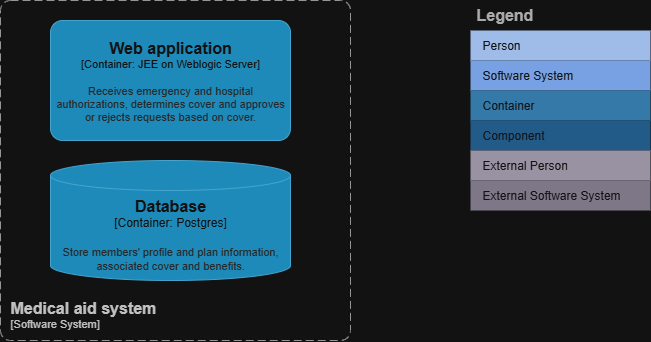
Above: jakarta-ee-application/docs/hospital_auth_container.drawio.png in anikavrvo/jee-learning (draw.io), before the change. Source tidied: cells renumbered, new cells last; positions are measured from the earlier drawing's top-left corner, leaving out a move shared by most shapes. The source it was exported from:
```xml
<mxGraphModel>
  <root>
    <mxCell id="0" />
    <mxCell id="1" parent="0" />
    <object id="2" label="&lt;font style=&quot;font-size: 16px&quot;&gt;&lt;b&gt;&lt;div style=&quot;text-align: left&quot;&gt;%c4Name%&lt;/div&gt;&lt;/b&gt;&lt;/font&gt;&lt;div style=&quot;text-align: left&quot;&gt;[%c4Application%]&lt;/div&gt;" c4Application="Software System" c4Name="Medical aid system" c4Type="SystemScopeBoundary" placeholders="1">
      <mxCell style="rounded=1;fontSize=11;whiteSpace=wrap;html=1;dashed=1;arcSize=20;fillColor=none;strokeColor=#666666;fontColor=#333333;labelBackgroundColor=none;align=left;verticalAlign=bottom;labelBorderColor=none;spacingTop=0;spacing=10;dashPattern=8 4;perimeter=rectanglePerimeter;noLabel=0;labelPadding=0;absoluteArcSize=1;" parent="1" vertex="1">
        <mxGeometry width="350" height="340" as="geometry" />
      </mxCell>
    </object>
    <object id="3" label="&lt;font style=&quot;font-size: 16px&quot;&gt;&lt;b&gt;%c4Name%&lt;/b&gt;&lt;/font&gt;&lt;div&gt;[%c4Type%: %c4Technology%]&lt;/div&gt;&lt;br&gt;&lt;div&gt;&lt;font style=&quot;font-size: 11px&quot;&gt;&lt;font color=&quot;#E6E6E6&quot;&gt;%c4Description%&lt;/font&gt;&lt;/div&gt;" c4Description="Receives emergency and hospital authorizations, determines cover and approves or rejects requests based on cover." c4Name="Web application" c4Technology="JEE on Weblogic Server" c4Type="Container" placeholders="1">
      <mxCell style="rounded=1;whiteSpace=wrap;html=1;fontSize=11;labelBackgroundColor=none;fillColor=#23A2D9;fontColor=#ffffff;align=center;arcSize=10;strokeColor=#0E7DAD;points=[[0.25,0,0],[0.5,0,0],[0.75,0,0],[1,0.25,0],[1,0.5,0],[1,0.75,0],[0.75,1,0],[0.5,1,0],[0.25,1,0],[0,0.75,0],[0,0.5,0],[0,0.25,0]];" parent="1" vertex="1">
        <mxGeometry x="50" y="20" width="240" height="120" as="geometry" />
      </mxCell>
    </object>
    <mxCell id="4" value="Legend" style="shape=table;startSize=30;fontSize=16;align=left;verticalAlign=top;fillColor=none;strokeColor=none;fontColor=#4D4D4D;fontStyle=1;spacingLeft=6;spacing=0;" parent="1" vertex="1">
      <mxGeometry x="470" width="180" height="210" as="geometry" />
    </mxCell>
    <mxCell id="5" style="shape=tableRow;horizontal=0;startSize=0;swimlaneHead=0;swimlaneBody=0;strokeColor=inherit;top=0;left=0;bottom=0;right=0;fillColor=none;points=[[0,0.5],[1,0.5]];portConstraint=eastwest;fontSize=12;" parent="4" vertex="1">
      <mxGeometry y="30" width="180" height="30" as="geometry" />
    </mxCell>
    <mxCell id="6" value="Person" style="shape=partialRectangle;html=1;whiteSpace=wrap;strokeColor=inherit;overflow=hidden;fillColor=#1E4074;top=0;left=0;bottom=0;right=0;fontSize=12;align=left;fontColor=#FFFFFF;gradientColor=none;spacingLeft=10;spacingRight=4;" parent="5" vertex="1">
      <mxGeometry width="180" height="30" as="geometry" />
    </mxCell>
    <mxCell id="7" style="shape=tableRow;horizontal=0;startSize=0;swimlaneHead=0;swimlaneBody=0;strokeColor=inherit;top=0;left=0;bottom=0;right=0;fillColor=none;points=[[0,0.5],[1,0.5]];portConstraint=eastwest;fontSize=12;" parent="4" vertex="1">
      <mxGeometry y="60" width="180" height="30" as="geometry" />
    </mxCell>
    <mxCell id="8" value="Software System" style="shape=partialRectangle;html=1;whiteSpace=wrap;strokeColor=inherit;overflow=hidden;fillColor=#3162AF;top=0;left=0;bottom=0;right=0;fontSize=12;align=left;fontColor=#FFFFFF;gradientColor=none;spacingLeft=10;spacingRight=4;" parent="7" vertex="1">
      <mxGeometry width="180" height="30" as="geometry" />
    </mxCell>
    <mxCell id="9" style="shape=tableRow;horizontal=0;startSize=0;swimlaneHead=0;swimlaneBody=0;strokeColor=inherit;top=0;left=0;bottom=0;right=0;fillColor=none;fontSize=12;" parent="4" vertex="1">
      <mxGeometry y="90" width="180" height="30" as="geometry" />
    </mxCell>
    <mxCell id="10" value="Container" style="shape=partialRectangle;html=1;whiteSpace=wrap;strokeColor=inherit;overflow=hidden;fillColor=#52a2d8;top=0;left=0;bottom=0;right=0;fontSize=12;align=left;fontColor=#FFFFFF;gradientColor=none;spacingLeft=10;spacingRight=4;" parent="9" vertex="1">
      <mxGeometry width="180" height="30" as="geometry" />
    </mxCell>
    <mxCell id="11" style="shape=tableRow;horizontal=0;startSize=0;swimlaneHead=0;swimlaneBody=0;strokeColor=inherit;top=0;left=0;bottom=0;right=0;fillColor=none;fontSize=12;" parent="4" vertex="1">
      <mxGeometry y="120" width="180" height="30" as="geometry" />
    </mxCell>
    <mxCell id="12" value="Component" style="shape=partialRectangle;html=1;whiteSpace=wrap;strokeColor=inherit;overflow=hidden;fillColor=#7dbef2;top=0;left=0;bottom=0;right=0;fontSize=12;align=left;fontColor=#FFFFFF;gradientColor=none;spacingLeft=10;spacingRight=4;" parent="11" vertex="1">
      <mxGeometry width="180" height="30" as="geometry" />
    </mxCell>
    <mxCell id="13" style="shape=tableRow;horizontal=0;startSize=0;swimlaneHead=0;swimlaneBody=0;strokeColor=inherit;top=0;left=0;bottom=0;right=0;fillColor=none;fontSize=12;" parent="4" vertex="1">
      <mxGeometry y="150" width="180" height="30" as="geometry" />
    </mxCell>
    <mxCell id="14" value="External Person" style="shape=partialRectangle;html=1;whiteSpace=wrap;strokeColor=inherit;overflow=hidden;fillColor=#6b6477;top=0;left=0;bottom=0;right=0;fontSize=12;align=left;fontColor=#FFFFFF;gradientColor=none;spacingLeft=10;spacingRight=4;" parent="13" vertex="1">
      <mxGeometry width="180" height="30" as="geometry" />
    </mxCell>
    <mxCell id="15" style="shape=tableRow;horizontal=0;startSize=0;swimlaneHead=0;swimlaneBody=0;strokeColor=inherit;top=0;left=0;bottom=0;right=0;fillColor=none;fontSize=12;" parent="4" vertex="1">
      <mxGeometry y="180" width="180" height="30" as="geometry" />
    </mxCell>
    <mxCell id="16" value="External Software System" style="shape=partialRectangle;html=1;whiteSpace=wrap;strokeColor=inherit;overflow=hidden;fillColor=#8b8496;top=0;left=0;bottom=0;right=0;fontSize=12;align=left;fontColor=#FFFFFF;gradientColor=none;spacingLeft=10;spacingRight=4;" parent="15" vertex="1">
      <mxGeometry width="180" height="30" as="geometry" />
    </mxCell>
    <object id="17" label="&lt;font style=&quot;font-size: 16px&quot;&gt;&lt;b&gt;%c4Name%&lt;/b&gt;&lt;/font&gt;&lt;div&gt;[%c4Type%:&amp;nbsp;%c4Technology%]&lt;/div&gt;&lt;br&gt;&lt;div&gt;&lt;font style=&quot;font-size: 11px&quot;&gt;&lt;font color=&quot;#E6E6E6&quot;&gt;%c4Description%&lt;/font&gt;&lt;/div&gt;" c4Description="Store members' profile and plan information, associated cover and benefits." c4Name="Database" c4Technology="Postgres" c4Type="Container" placeholders="1">
      <mxCell style="shape=cylinder3;size=15;whiteSpace=wrap;html=1;boundedLbl=1;rounded=0;labelBackgroundColor=none;fillColor=#23A2D9;fontSize=12;fontColor=#ffffff;align=center;strokeColor=#0E7DAD;" parent="1" vertex="1">
        <mxGeometry x="50" y="160" width="240" height="120" as="geometry" />
      </mxCell>
    </object>
  </root>
</mxGraphModel>
```
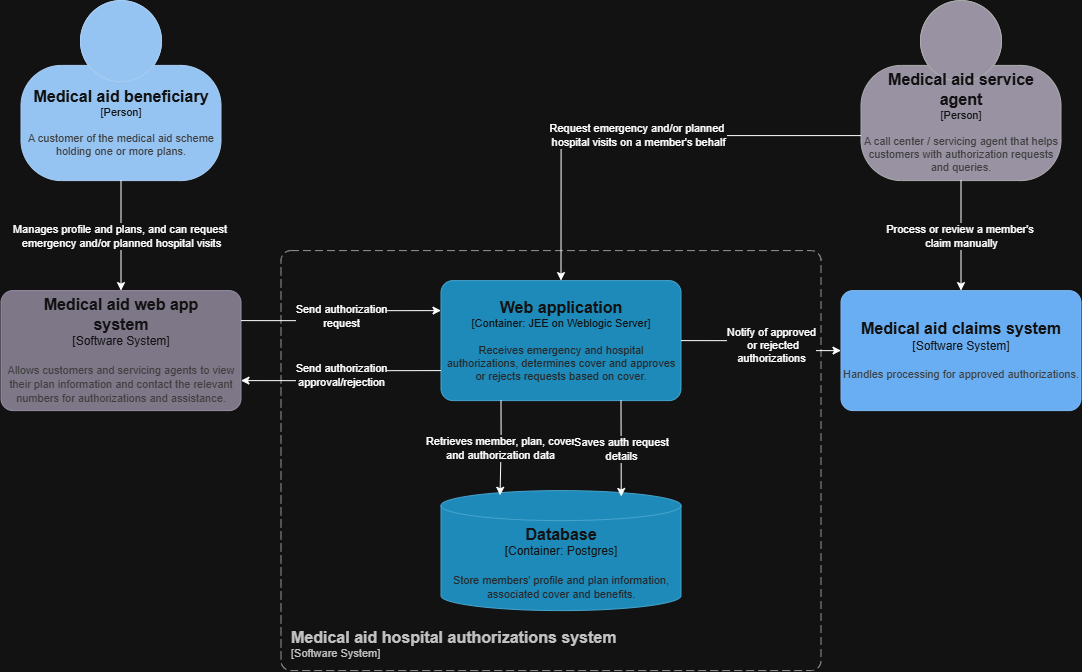
The same file after the commit.

Commit message:
Context diagrams updated with data schemas

Diff of the diagram source:
```diff
@@ -2,59 +2,64 @@
   <root>
     <mxCell id="0" />
     <mxCell id="1" parent="0" />
-    <object id="2" label="&lt;font style=&quot;font-size: 16px&quot;&gt;&lt;b&gt;&lt;div style=&quot;text-align: left&quot;&gt;%c4Name%&lt;/div&gt;&lt;/b&gt;&lt;/font&gt;&lt;div style=&quot;text-align: left&quot;&gt;[%c4Application%]&lt;/div&gt;" c4Application="Software System" c4Name="Medical aid system" c4Type="SystemScopeBoundary" placeholders="1">
+    <object id="2" label="&lt;font style=&quot;font-size: 16px&quot;&gt;&lt;b&gt;&lt;div style=&quot;text-align: left&quot;&gt;%c4Name%&lt;/div&gt;&lt;/b&gt;&lt;/font&gt;&lt;div style=&quot;text-align: left&quot;&gt;[%c4Application%]&lt;/div&gt;" c4Application="Software System" c4Name="Medical aid hospital authorizations system" c4Type="SystemScopeBoundary" placeholders="1">
       <mxCell style="rounded=1;fontSize=11;whiteSpace=wrap;html=1;dashed=1;arcSize=20;fillColor=none;strokeColor=#666666;fontColor=#333333;labelBackgroundColor=none;align=left;verticalAlign=bottom;labelBorderColor=none;spacingTop=0;spacing=10;dashPattern=8 4;perimeter=rectanglePerimeter;noLabel=0;labelPadding=0;absoluteArcSize=1;" parent="1" vertex="1">
-        <mxGeometry width="350" height="340" as="geometry" />
+        <mxGeometry x="270" y="70" width="540" height="420" as="geometry" />
       </mxCell>
     </object>
     <object id="3" label="&lt;font style=&quot;font-size: 16px&quot;&gt;&lt;b&gt;%c4Name%&lt;/b&gt;&lt;/font&gt;&lt;div&gt;[%c4Type%: %c4Technology%]&lt;/div&gt;&lt;br&gt;&lt;div&gt;&lt;font style=&quot;font-size: 11px&quot;&gt;&lt;font color=&quot;#E6E6E6&quot;&gt;%c4Description%&lt;/font&gt;&lt;/div&gt;" c4Description="Receives emergency and hospital authorizations, determines cover and approves or rejects requests based on cover." c4Name="Web application" c4Technology="JEE on Weblogic Server" c4Type="Container" placeholders="1">
       <mxCell style="rounded=1;whiteSpace=wrap;html=1;fontSize=11;labelBackgroundColor=none;fillColor=#23A2D9;fontColor=#ffffff;align=center;arcSize=10;strokeColor=#0E7DAD;points=[[0.25,0,0],[0.5,0,0],[0.75,0,0],[1,0.25,0],[1,0.5,0],[1,0.75,0],[0.75,1,0],[0.5,1,0],[0.25,1,0],[0,0.75,0],[0,0.5,0],[0,0.25,0]];" parent="1" vertex="1">
-        <mxGeometry x="50" y="20" width="240" height="120" as="geometry" />
+        <mxGeometry x="430" y="100" width="240" height="120" as="geometry" />
       </mxCell>
     </object>
-    <mxCell id="4" value="Legend" style="shape=table;startSize=30;fontSize=16;align=left;verticalAlign=top;fillColor=none;strokeColor=none;fontColor=#4D4D4D;fontStyle=1;spacingLeft=6;spacing=0;" parent="1" vertex="1">
-      <mxGeometry x="470" width="180" height="210" as="geometry" />
-    </mxCell>
+    <object id="4" label="&lt;font style=&quot;font-size: 16px&quot;&gt;&lt;b&gt;%c4Name%&lt;/b&gt;&lt;/font&gt;&lt;div&gt;[%c4Type%:&amp;nbsp;%c4Technology%]&lt;/div&gt;&lt;br&gt;&lt;div&gt;&lt;font style=&quot;font-size: 11px&quot;&gt;&lt;font color=&quot;#E6E6E6&quot;&gt;%c4Description%&lt;/font&gt;&lt;/div&gt;" c4Description="Store members' profile and plan information, associated cover and benefits." c4Name="Database" c4Technology="Postgres" c4Type="Container" placeholders="1">
+      <mxCell style="shape=cylinder3;size=15;whiteSpace=wrap;html=1;boundedLbl=1;rounded=0;labelBackgroundColor=none;fillColor=#23A2D9;fontSize=12;fontColor=#ffffff;align=center;strokeColor=#0E7DAD;points=[[0.5,0,0],[1,0.25,0],[1,0.5,0],[1,0.75,0],[0.5,1,0],[0,0.75,0],[0,0.5,0],[0,0.25,0]];" parent="1" vertex="1">
+        <mxGeometry x="430" y="310" width="240" height="120" as="geometry" />
+      </mxCell>
+    </object>
-    <mxCell id="5" style="shape=tableRow;horizontal=0;startSize=0;swimlaneHead=0;swimlaneBody=0;strokeColor=inherit;top=0;left=0;bottom=0;right=0;fillColor=none;points=[[0,0.5],[1,0.5]];portConstraint=eastwest;fontSize=12;" parent="4" vertex="1">
-      <mxGeometry y="30" width="180" height="30" as="geometry" />
-    </mxCell>
+    <object id="5" label="&lt;font style=&quot;font-size: 16px&quot;&gt;&lt;b&gt;%c4Name%&lt;/b&gt;&lt;/font&gt;&lt;div&gt;[%c4Type%]&lt;/div&gt;&lt;br&gt;&lt;div&gt;&lt;font style=&quot;font-size: 11px&quot;&gt;&lt;font color=&quot;#cccccc&quot;&gt;%c4Description%&lt;/font&gt;&lt;/div&gt;" c4Description="A customer of the medical aid scheme holding one or more plans." c4Name="Medical aid beneficiary" c4Type="Person" placeholders="1">
+      <mxCell style="html=1;fontSize=11;dashed=0;whiteSpace=wrap;fillColor=#083F75;strokeColor=#06315C;fontColor=#ffffff;shape=mxgraph.c4.person2;align=center;points=[[0.5,0,0],[1,0.5,0],[1,0.75,0],[0.75,1,0],[0.5,1,0],[0.25,1,0],[0,0.75,0],[0,0.5,0]];" parent="1" vertex="1">
+        <mxGeometry x="10" y="-180" width="200" height="180" as="geometry" />
+      </mxCell>
+    </object>
-    <mxCell id="6" value="Person" style="shape=partialRectangle;html=1;whiteSpace=wrap;strokeColor=inherit;overflow=hidden;fillColor=#1E4074;top=0;left=0;bottom=0;right=0;fontSize=12;align=left;fontColor=#FFFFFF;gradientColor=none;spacingLeft=10;spacingRight=4;" parent="5" vertex="1">
-      <mxGeometry width="180" height="30" as="geometry" />
-    </mxCell>
+    <object id="6" label="&lt;font style=&quot;font-size: 16px&quot;&gt;&lt;b&gt;%c4Name%&lt;/b&gt;&lt;/font&gt;&lt;div&gt;[%c4Type%]&lt;/div&gt;&lt;br&gt;&lt;div&gt;&lt;font style=&quot;font-size: 11px&quot;&gt;&lt;font color=&quot;#cccccc&quot;&gt;%c4Description%&lt;/font&gt;&lt;/div&gt;" c4Description="A call center / servicing agent that helps customers with authorization requests and queries." c4Name="Medical aid service &#10;agent" c4Type="Person" placeholders="1">
+      <mxCell style="html=1;fontSize=11;dashed=0;whiteSpace=wrap;fillColor=#6C6477;strokeColor=#4D4D4D;fontColor=#ffffff;shape=mxgraph.c4.person2;align=center;points=[[0.5,0,0],[1,0.5,0],[1,0.75,0],[0.75,1,0],[0.5,1,0],[0.25,1,0],[0,0.75,0],[0,0.5,0]];" parent="1" vertex="1">
+        <mxGeometry x="850" y="-180" width="200" height="180" as="geometry" />
+      </mxCell>
+    </object>
-    <mxCell id="7" style="shape=tableRow;horizontal=0;startSize=0;swimlaneHead=0;swimlaneBody=0;strokeColor=inherit;top=0;left=0;bottom=0;right=0;fillColor=none;points=[[0,0.5],[1,0.5]];portConstraint=eastwest;fontSize=12;" parent="4" vertex="1">
-      <mxGeometry y="60" width="180" height="30" as="geometry" />
-    </mxCell>
+    <object id="7" label="&lt;font style=&quot;font-size: 16px&quot;&gt;&lt;b&gt;%c4Name%&lt;/b&gt;&lt;/font&gt;&lt;div&gt;[%c4Type%]&lt;/div&gt;&lt;br&gt;&lt;div&gt;&lt;font style=&quot;font-size: 11px&quot;&gt;&lt;font color=&quot;#cccccc&quot;&gt;%c4Description%&lt;/font&gt;&lt;/div&gt;" c4Description="Handles processing for approved authorizations." c4Name="Medical aid claims system" c4Type="Software System" placeholders="1">
+      <mxCell style="rounded=1;whiteSpace=wrap;html=1;labelBackgroundColor=none;fillColor=#1061B0;fontColor=#ffffff;align=center;arcSize=10;strokeColor=#0D5091;points=[[0.25,0,0],[0.5,0,0],[0.75,0,0],[1,0.25,0],[1,0.5,0],[1,0.75,0],[0.75,1,0],[0.5,1,0],[0.25,1,0],[0,0.75,0],[0,0.5,0],[0,0.25,0]];" parent="1" vertex="1">
+        <mxGeometry x="830" y="110" width="240" height="120" as="geometry" />
+      </mxCell>
+    </object>
-    <mxCell id="8" value="Software System" style="shape=partialRectangle;html=1;whiteSpace=wrap;strokeColor=inherit;overflow=hidden;fillColor=#3162AF;top=0;left=0;bottom=0;right=0;fontSize=12;align=left;fontColor=#FFFFFF;gradientColor=none;spacingLeft=10;spacingRight=4;" parent="7" vertex="1">
-      <mxGeometry width="180" height="30" as="geometry" />
-    </mxCell>
+    <object id="8" label="&lt;font style=&quot;font-size: 16px&quot;&gt;&lt;b&gt;%c4Name%&lt;/b&gt;&lt;/font&gt;&lt;div&gt;[%c4Type%]&lt;/div&gt;&lt;br&gt;&lt;div&gt;&lt;font style=&quot;font-size: 11px&quot;&gt;&lt;font color=&quot;#cccccc&quot;&gt;%c4Description%&lt;/font&gt;&lt;/div&gt;" c4Description="Allows customers and servicing agents to view their plan information and contact the relevant numbers for authorizations and assistance." c4Name="Medical aid web app&#10;system" c4Type="Software System" placeholders="1">
+      <mxCell style="rounded=1;whiteSpace=wrap;html=1;labelBackgroundColor=none;fillColor=#8C8496;fontColor=#ffffff;align=center;arcSize=10;strokeColor=#736782;points=[[0.25,0,0],[0.5,0,0],[0.75,0,0],[1,0.25,0],[1,0.5,0],[1,0.75,0],[0.75,1,0],[0.5,1,0],[0.25,1,0],[0,0.75,0],[0,0.5,0],[0,0.25,0]];" parent="1" vertex="1">
+        <mxGeometry x="-10" y="110" width="240" height="120" as="geometry" />
+      </mxCell>
+    </object>
-    <mxCell id="9" style="shape=tableRow;horizontal=0;startSize=0;swimlaneHead=0;swimlaneBody=0;strokeColor=inherit;top=0;left=0;bottom=0;right=0;fillColor=none;fontSize=12;" parent="4" vertex="1">
-      <mxGeometry y="90" width="180" height="30" as="geometry" />
+    <mxCell id="9" value="Manages profile and plans, and can request&amp;nbsp;&lt;div&gt;emergency and/or planned hospital visits&lt;/div&gt;" style="edgeStyle=orthogonalEdgeStyle;rounded=0;jettySize=auto;html=1;exitX=0.5;exitY=1;exitDx=0;exitDy=0;exitPerimeter=0;entryX=0.5;entryY=0;entryDx=0;entryDy=0;entryPerimeter=0;" parent="1" edge="1" source="5" target="8">
+      <mxGeometry relative="1" as="geometry" />
     </mxCell>
-    <mxCell id="10" value="Container" style="shape=partialRectangle;html=1;whiteSpace=wrap;strokeColor=inherit;overflow=hidden;fillColor=#52a2d8;top=0;left=0;bottom=0;right=0;fontSize=12;align=left;fontColor=#FFFFFF;gradientColor=none;spacingLeft=10;spacingRight=4;" parent="9" vertex="1">
-      <mxGeometry width="180" height="30" as="geometry" />
+    <mxCell id="10" value="Send authorization&lt;div&gt;request&lt;/div&gt;" style="edgeStyle=orthogonalEdgeStyle;rounded=0;jettySize=auto;html=1;exitX=1;exitY=0.25;exitDx=0;exitDy=0;exitPerimeter=0;entryX=0;entryY=0.25;entryDx=0;entryDy=0;entryPerimeter=0;" parent="1" edge="1" source="8" target="3">
+      <mxGeometry relative="1" as="geometry" />
     </mxCell>
-    <mxCell id="11" style="shape=tableRow;horizontal=0;startSize=0;swimlaneHead=0;swimlaneBody=0;strokeColor=inherit;top=0;left=0;bottom=0;right=0;fillColor=none;fontSize=12;" parent="4" vertex="1">
-      <mxGeometry y="120" width="180" height="30" as="geometry" />
+    <mxCell id="11" value="Notify of approved&lt;div&gt;&amp;nbsp;or&amp;nbsp;&lt;span style=&quot;background-color: light-dark(#ffffff, var(--ge-dark-color, #121212)); color: light-dark(rgb(0, 0, 0), rgb(255, 255, 255));&quot;&gt;rejected&lt;/span&gt;&lt;/div&gt;&lt;div&gt;&lt;div&gt;authorizations&lt;/div&gt;&lt;/div&gt;" style="edgeStyle=orthogonalEdgeStyle;rounded=0;jettySize=auto;html=1;exitX=1;exitY=0.5;exitDx=0;exitDy=0;exitPerimeter=0;entryX=0;entryY=0.5;entryDx=0;entryDy=0;entryPerimeter=0;" parent="1" edge="1" source="3" target="7">
+      <mxGeometry y="10" relative="1" as="geometry" />
     </mxCell>
-    <mxCell id="12" value="Component" style="shape=partialRectangle;html=1;whiteSpace=wrap;strokeColor=inherit;overflow=hidden;fillColor=#7dbef2;top=0;left=0;bottom=0;right=0;fontSize=12;align=left;fontColor=#FFFFFF;gradientColor=none;spacingLeft=10;spacingRight=4;" parent="11" vertex="1">
-      <mxGeometry width="180" height="30" as="geometry" />
+    <mxCell id="12" value="Request emergency and/or planned&amp;nbsp;&lt;div&gt;hospital visits&amp;nbsp;&lt;span style=&quot;background-color: light-dark(#ffffff, var(--ge-dark-color, #121212)); color: light-dark(rgb(0, 0, 0), rgb(255, 255, 255));&quot;&gt;on a member's behalf&lt;/span&gt;&lt;/div&gt;" style="edgeStyle=orthogonalEdgeStyle;rounded=0;jettySize=auto;html=1;exitX=0;exitY=0.75;exitDx=0;exitDy=0;exitPerimeter=0;entryX=0.5;entryY=0;entryDx=0;entryDy=0;entryPerimeter=0;" parent="1" edge="1" source="6" target="3">
+      <mxGeometry relative="1" as="geometry" />
     </mxCell>
-    <mxCell id="13" style="shape=tableRow;horizontal=0;startSize=0;swimlaneHead=0;swimlaneBody=0;strokeColor=inherit;top=0;left=0;bottom=0;right=0;fillColor=none;fontSize=12;" parent="4" vertex="1">
-      <mxGeometry y="150" width="180" height="30" as="geometry" />
+    <mxCell id="13" value="Process or review a member's&amp;nbsp;&lt;div&gt;claim manually&lt;/div&gt;" style="edgeStyle=orthogonalEdgeStyle;rounded=0;jettySize=auto;html=1;exitX=0.5;exitY=1;exitDx=0;exitDy=0;exitPerimeter=0;entryX=0.5;entryY=0;entryDx=0;entryDy=0;entryPerimeter=0;" parent="1" edge="1" source="6" target="7">
+      <mxGeometry relative="1" as="geometry" />
     </mxCell>
-    <mxCell id="14" value="External Person" style="shape=partialRectangle;html=1;whiteSpace=wrap;strokeColor=inherit;overflow=hidden;fillColor=#6b6477;top=0;left=0;bottom=0;right=0;fontSize=12;align=left;fontColor=#FFFFFF;gradientColor=none;spacingLeft=10;spacingRight=4;" parent="13" vertex="1">
-      <mxGeometry width="180" height="30" as="geometry" />
+    <mxCell id="14" value="Send authorization&lt;div&gt;approval/rejection&lt;/div&gt;" style="edgeStyle=orthogonalEdgeStyle;rounded=0;jettySize=auto;html=1;exitX=0;exitY=0.75;exitDx=0;exitDy=0;exitPerimeter=0;entryX=1;entryY=0.75;entryDx=0;entryDy=0;entryPerimeter=0;" parent="1" edge="1" source="3" target="8">
+      <mxGeometry relative="1" as="geometry" />
     </mxCell>
-    <mxCell id="15" style="shape=tableRow;horizontal=0;startSize=0;swimlaneHead=0;swimlaneBody=0;strokeColor=inherit;top=0;left=0;bottom=0;right=0;fillColor=none;fontSize=12;" parent="4" vertex="1">
-      <mxGeometry y="180" width="180" height="30" as="geometry" />
+    <mxCell id="15" value="Retrieves member, plan, cover&lt;div&gt;and authorization data&lt;/div&gt;" style="edgeStyle=orthogonalEdgeStyle;rounded=0;jettySize=auto;html=1;exitX=0.25;exitY=1;exitDx=0;exitDy=0;exitPerimeter=0;entryX=0.246;entryY=0.039;entryDx=0;entryDy=0;entryPerimeter=0;" parent="1" edge="1" source="3" target="4">
+      <mxGeometry relative="1" as="geometry" />
     </mxCell>
-    <mxCell id="16" value="External Software System" style="shape=partialRectangle;html=1;whiteSpace=wrap;strokeColor=inherit;overflow=hidden;fillColor=#8b8496;top=0;left=0;bottom=0;right=0;fontSize=12;align=left;fontColor=#FFFFFF;gradientColor=none;spacingLeft=10;spacingRight=4;" parent="15" vertex="1">
-      <mxGeometry width="180" height="30" as="geometry" />
+    <mxCell id="16" value="Saves auth request&lt;div&gt;details&lt;/div&gt;" style="edgeStyle=orthogonalEdgeStyle;rounded=0;jettySize=auto;html=1;exitX=0.75;exitY=1;exitDx=0;exitDy=0;exitPerimeter=0;entryX=0.751;entryY=0.049;entryDx=0;entryDy=0;entryPerimeter=0;" parent="1" edge="1" source="3" target="4">
+      <mxGeometry relative="1" as="geometry" />
     </mxCell>
-    <object id="17" label="&lt;font style=&quot;font-size: 16px&quot;&gt;&lt;b&gt;%c4Name%&lt;/b&gt;&lt;/font&gt;&lt;div&gt;[%c4Type%:&amp;nbsp;%c4Technology%]&lt;/div&gt;&lt;br&gt;&lt;div&gt;&lt;font style=&quot;font-size: 11px&quot;&gt;&lt;font color=&quot;#E6E6E6&quot;&gt;%c4Description%&lt;/font&gt;&lt;/div&gt;" c4Description="Store members' profile and plan information, associated cover and benefits." c4Name="Database" c4Technology="Postgres" c4Type="Container" placeholders="1">
-      <mxCell style="shape=cylinder3;size=15;whiteSpace=wrap;html=1;boundedLbl=1;rounded=0;labelBackgroundColor=none;fillColor=#23A2D9;fontSize=12;fontColor=#ffffff;align=center;strokeColor=#0E7DAD;" parent="1" vertex="1">
-        <mxGeometry x="50" y="160" width="240" height="120" as="geometry" />
-      </mxCell>
-    </object>
   </root>
 </mxGraphModel>
```
